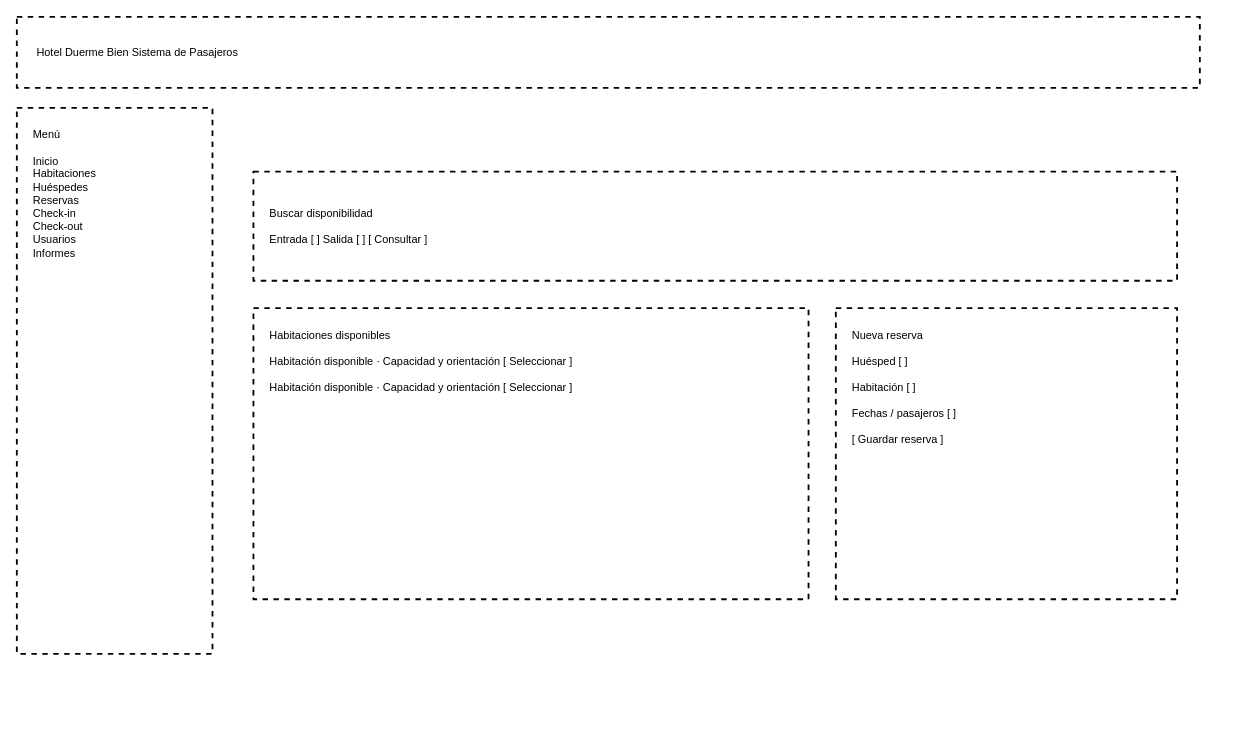
The draw.io diagram page "Sketch" (1 of 4) of diagramas-editables/04-interfaz.drawio in Yutre3/diego, before the edit. Source tidied: cells renumbered, new cells numbered last; positions are measured from the earlier drawing's top-left corner, leaving out a move shared by most shapes. Both pictures are drawn from the tidied source at 91%, with x=0, y=0 at pixel (16, 16).
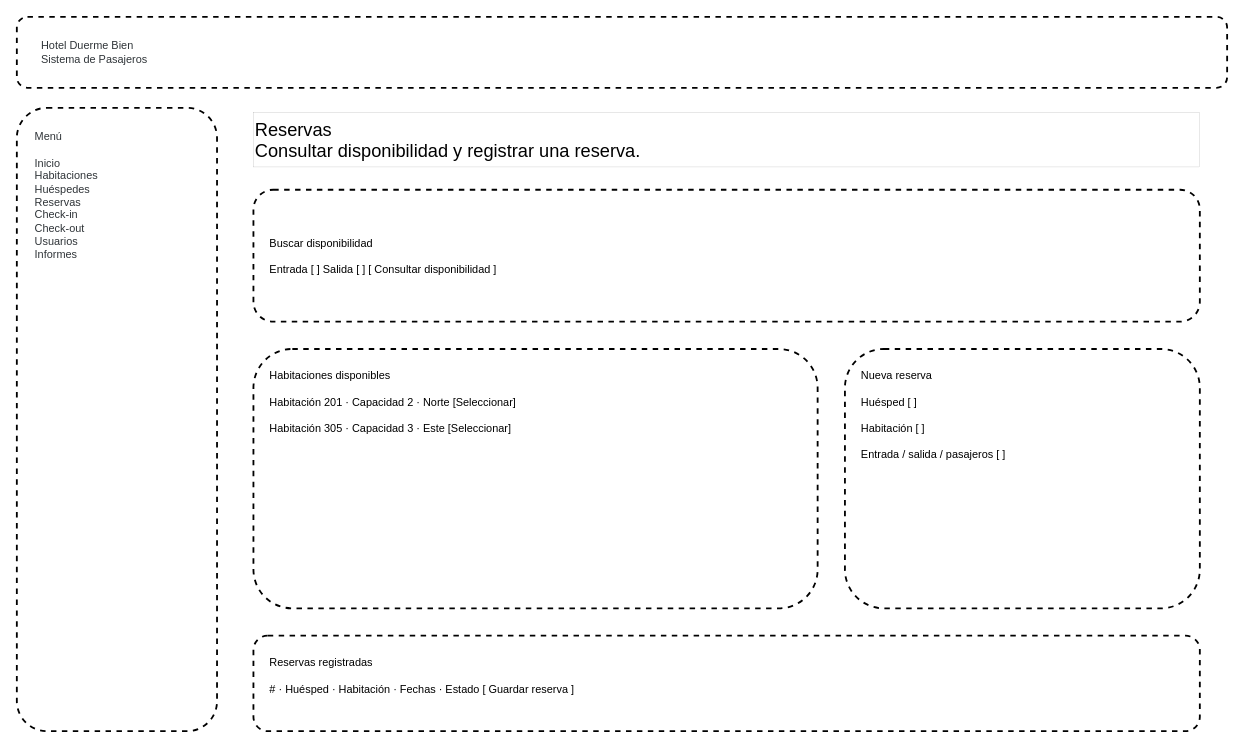
The same diagram, later.

Diff of the diagram source:
```diff
@@
 <mxGraphModel>
   <root>
     <mxCell id="0" />
     <mxCell id="1" parent="0" />
-    <mxCell id="2" value="Hotel Duerme Bien                                                                 Sistema de Pasajeros" style="rounded=0;whiteSpace=wrap;html=1;strokeWidth=2;dashed=1;align=left;spacingLeft=20;" parent="1" vertex="1">
-      <mxGeometry width="1300" height="78" as="geometry" />
+    <mxCell id="2" value="Hotel Duerme Bien&#10;Sistema de Pasajeros" style="rounded=1;whiteSpace=wrap;html=1;strokeWidth=2;dashed=1;fillColor=#ffffff;fontColor=#2f3438;align=left;spacingLeft=25;" parent="1" vertex="1">
+      <mxGeometry width="1330" height="78" as="geometry" />
     </mxCell>
-    <mxCell id="3" value="Menú&#10;&#10;Inicio&#10;Habitaciones&#10;Huéspedes&#10;Reservas&#10;Check-in&#10;Check-out&#10;Usuarios&#10;Informes" style="rounded=0;whiteSpace=wrap;html=1;strokeWidth=2;dashed=1;align=left;verticalAlign=top;spacing=18;" parent="1" vertex="1">
-      <mxGeometry y="100" width="215" height="600" as="geometry" />
+    <mxCell id="3" value="Menú&#10;&#10;Inicio&#10;Habitaciones&#10;Huéspedes&#10;Reservas&#10;Check-in&#10;Check-out&#10;Usuarios&#10;Informes" style="rounded=1;whiteSpace=wrap;html=1;strokeWidth=2;dashed=1;fillColor=#ffffff;fontColor=#2f3438;align=left;verticalAlign=top;spacing=20;" parent="1" vertex="1">
+      <mxGeometry y="100" width="220" height="685" as="geometry" />
     </mxCell>
-    <mxCell id="4" value="Buscar disponibilidad&#10;&#10;Entrada [ ]        Salida [ ]                                  [ Consultar ]" style="rounded=0;whiteSpace=wrap;html=1;strokeWidth=2;dashed=1;align=left;spacing=18;" parent="1" vertex="1">
-      <mxGeometry x="260" y="170" width="1015" height="120" as="geometry" />
-    </mxCell>
-    <mxCell id="5" value="Habitaciones disponibles&#10;&#10;Habitación disponible · Capacidad y orientación         [ Seleccionar ]&#10;&#10;Habitación disponible · Capacidad y orientación         [ Seleccionar ]" style="rounded=0;whiteSpace=wrap;html=1;strokeWidth=2;dashed=1;align=left;verticalAlign=top;spacing=18;" parent="1" vertex="1">
-      <mxGeometry x="260" y="320" width="610" height="320" as="geometry" />
-    </mxCell>
-    <mxCell id="6" value="Nueva reserva&#10;&#10;Huésped [ ]&#10;&#10;Habitación [ ]&#10;&#10;Fechas / pasajeros [ ]&#10;&#10;[ Guardar reserva ]" style="rounded=0;whiteSpace=wrap;html=1;strokeWidth=2;dashed=1;align=left;verticalAlign=top;spacing=18;" parent="1" vertex="1">
-      <mxGeometry x="900" y="320" width="375" height="320" as="geometry" />
-    </mxCell>
+    <mxCell id="7" value="Reservas&#10;Consultar disponibilidad y registrar una reserva." style="rounded=0;whiteSpace=wrap;html=1;strokeWidth=0;fillColor=#ffffff;align=left;fontSize=20;" parent="1" vertex="1">
+      <mxGeometry x="260" y="105" width="1040" height="60" as="geometry" />
+    </mxCell>
+    <mxCell id="8" value="Buscar disponibilidad&#10;&#10;Entrada [ ]        Salida [ ]                         [ Consultar disponibilidad ]" style="rounded=1;whiteSpace=wrap;html=1;strokeWidth=2;dashed=1;fillColor=#ffffff;align=left;spacing=18;" parent="1" vertex="1">
+      <mxGeometry x="260" y="190" width="1040" height="145" as="geometry" />
+    </mxCell>
+    <mxCell id="9" value="Habitaciones disponibles&#10;&#10;Habitación 201 · Capacidad 2 · Norte                         [Seleccionar]&#10;&#10;Habitación 305 · Capacidad 3 · Este                         [Seleccionar]" style="rounded=1;whiteSpace=wrap;html=1;strokeWidth=2;dashed=1;fillColor=#ffffff;align=left;verticalAlign=top;spacing=18;" parent="1" vertex="1">
+      <mxGeometry x="260" y="365" width="620" height="285" as="geometry" />
+    </mxCell>
+    <mxCell id="10" value="Nueva reserva&#10;&#10;Huésped [ ]&#10;&#10;Habitación [ ]&#10;&#10;Entrada / salida / pasajeros [ ]" style="rounded=1;whiteSpace=wrap;html=1;strokeWidth=2;dashed=1;fillColor=#ffffff;align=left;verticalAlign=top;spacing=18;" parent="1" vertex="1">
+      <mxGeometry x="910" y="365" width="390" height="285" as="geometry" />
+    </mxCell>
+    <mxCell id="11" value="Reservas registradas&#10;&#10;# · Huésped · Habitación · Fechas · Estado                         [ Guardar reserva ]" style="rounded=1;whiteSpace=wrap;html=1;strokeWidth=2;dashed=1;fillColor=#ffffff;align=left;verticalAlign=top;spacing=18;" parent="1" vertex="1">
+      <mxGeometry x="260" y="680" width="1040" height="105" as="geometry" />
+    </mxCell>
   </root>
 </mxGraphModel>
```
